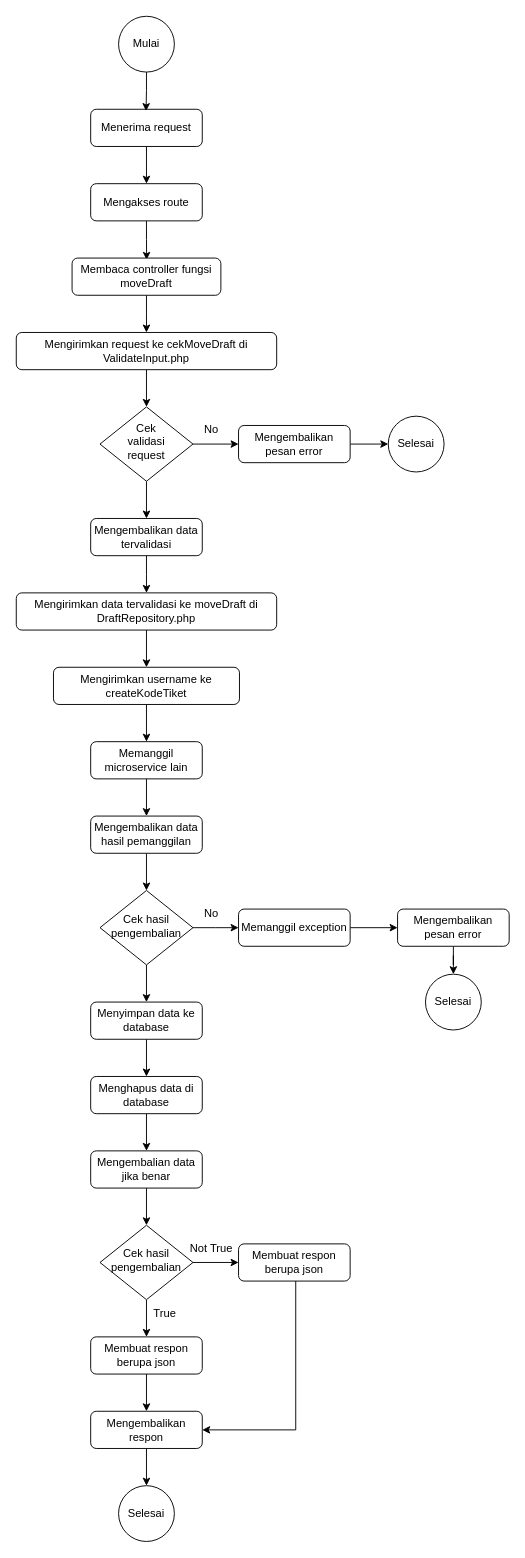
Before: page "moveDraft" (12 of 13) of Flowchart FInal Project.drawio in alifatur323/intern-bootcamp-bri, a draw.io diagram. Source tidied: cells renumbered, new cells numbered last; positions are measured from the earlier drawing's top-left corner, leaving out a move shared by most shapes. Both pictures are drawn from the tidied source at 93%, with x=0, y=0 at pixel (16, 16).
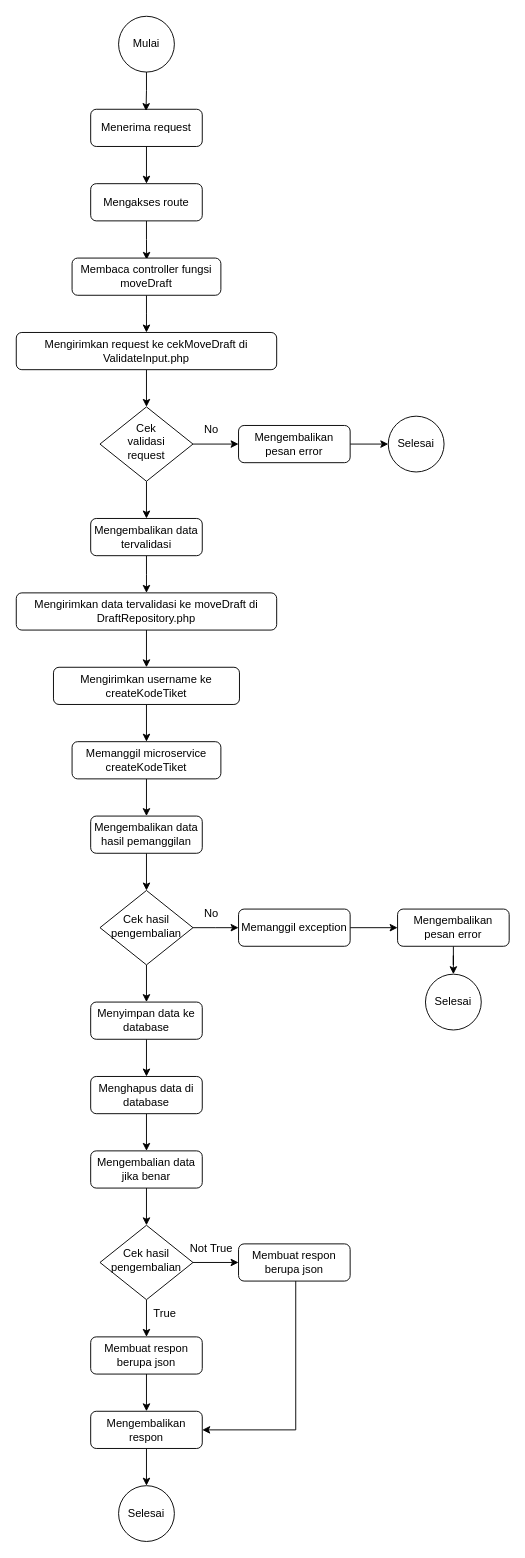
Above is the later version.

Diff of the diagram source:
```diff
@@
-    <mxCell id="36" value="Memanggil microservice lain" style="rounded=1;whiteSpace=wrap;html=1;fontSize=12;glass=0;strokeWidth=1;shadow=0;" parent="1" vertex="1">
-      <mxGeometry x="80" y="780" width="120" height="40" as="geometry" />
+    <mxCell id="36" value="Memanggil microservice createKodeTiket" style="rounded=1;whiteSpace=wrap;html=1;fontSize=12;glass=0;strokeWidth=1;shadow=0;" parent="1" vertex="1">
+      <mxGeometry x="60" y="780" width="160" height="40" as="geometry" />
     </mxCell>
```
